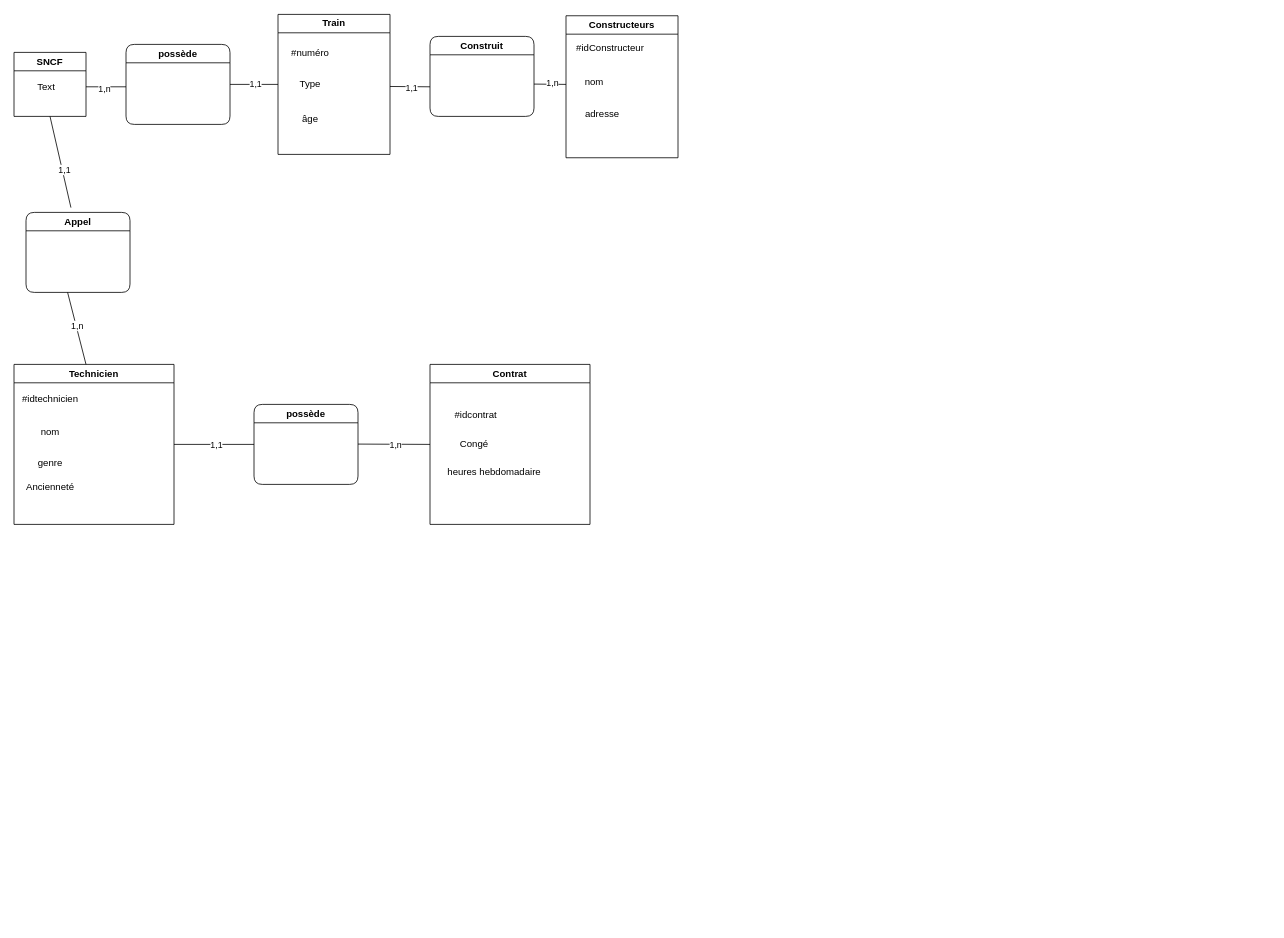
Above: Diagramme sans nom.drawio in Darkseid-maker/jassim.github.io (draw.io), before the change. Source tidied: cells renumbered, new cells numbered last; positions are measured from the earlier drawing's top-left corner, leaving out a move shared by most shapes. Both pictures are drawn from the tidied source at 80%, with x=0, y=0 at pixel (14, 14).
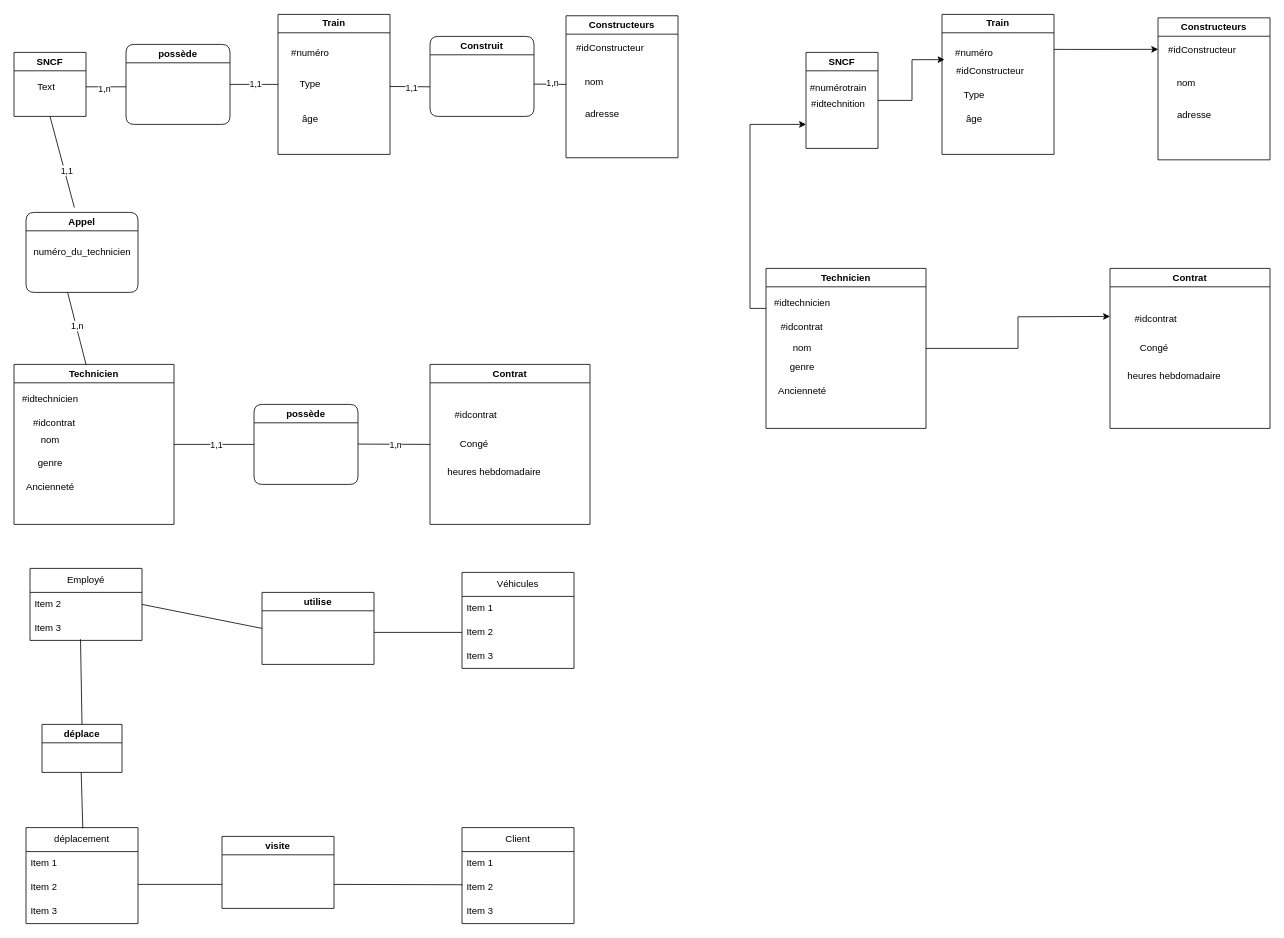
After the change.

Commit message:
Mettre à jour Diagramme sans nom.drawio

Unchanged cells that the change refers to:
```xml
<mxCell id="12" value="Technicien" style="swimlane;whiteSpace=wrap;html=1;" parent="1" vertex="1">
  <mxGeometry y="438" width="200" height="200" as="geometry" />
</mxCell>
```

What changed in the source:
```diff
@@
     <mxCell id="14" value="nom" style="text;html=1;align=center;verticalAlign=middle;strokeColor=none;fillColor=none;" parent="12" vertex="1">
-      <mxGeometry x="20" y="70" width="50" height="30" as="geometry" />
+      <mxGeometry x="20" y="80" width="50" height="30" as="geometry" />
     </mxCell>
@@
+    <mxCell id="41" value="#idcontrat" style="text;html=1;align=center;verticalAlign=middle;strokeColor=none;fillColor=none;" parent="12" vertex="1">
+      <mxGeometry x="10" y="58" width="80" height="30" as="geometry" />
+    </mxCell>
@@
     <mxCell id="23" value="Appel" style="swimlane;whiteSpace=wrap;html=1;rounded=1;" parent="1" vertex="1">
-      <mxGeometry x="15" y="248" width="130" height="100" as="geometry" />
+      <mxGeometry x="15" y="248" width="140" height="100" as="geometry" />
     </mxCell>
+    <mxCell id="42" value="numéro_du_technicien&lt;br&gt;" style="text;html=1;align=center;verticalAlign=middle;strokeColor=none;fillColor=none;" parent="23" vertex="1">
+      <mxGeometry y="35" width="140" height="30" as="geometry" />
+    </mxCell>
@@
+    <mxCell id="43" value="Train" style="swimlane;whiteSpace=wrap;html=1;" parent="1" vertex="1">
+      <mxGeometry x="1160" y="0.5" width="140" height="175" as="geometry" />
+    </mxCell>
+    <mxCell id="44" value="Type" style="text;html=1;align=center;verticalAlign=middle;strokeColor=none;fillColor=none;" parent="43" vertex="1">
+      <mxGeometry x="15" y="85" width="50" height="30" as="geometry" />
+    </mxCell>
+    <mxCell id="45" value="#numéro" style="text;html=1;align=center;verticalAlign=middle;points=[];strokeColor=none;fillColor=none;" parent="43" vertex="1">
+      <mxGeometry x="5" y="33" width="70" height="30" as="geometry" />
+    </mxCell>
+    <mxCell id="46" value="âge" style="text;html=1;align=center;verticalAlign=middle;strokeColor=none;fillColor=none;" parent="43" vertex="1">
+      <mxGeometry x="20" y="115" width="40" height="30" as="geometry" />
+    </mxCell>
+    <mxCell id="47" value="#idConstructeur" style="text;html=1;align=center;verticalAlign=middle;strokeColor=none;fillColor=none;" parent="43" vertex="1">
+      <mxGeometry x="5" y="55" width="110" height="30" as="geometry" />
+    </mxCell>
+    <mxCell id="48" value="Constructeurs" style="swimlane;whiteSpace=wrap;html=1;" parent="1" vertex="1">
+      <mxGeometry x="1430" y="4.8" width="140" height="177.5" as="geometry" />
+    </mxCell>
+    <mxCell id="49" value="#idConstructeur" style="text;html=1;align=center;verticalAlign=middle;points=[];strokeColor=none;fillColor=none;" parent="48" vertex="1">
+      <mxGeometry y="25.5" width="110" height="30" as="geometry" />
+    </mxCell>
+    <mxCell id="50" value="adresse" style="text;html=1;align=center;verticalAlign=middle;strokeColor=none;fillColor=none;" parent="48" vertex="1">
+      <mxGeometry x="10" y="107.5" width="70" height="30" as="geometry" />
+    </mxCell>
+    <mxCell id="51" value="nom" style="text;html=1;align=center;verticalAlign=middle;strokeColor=none;fillColor=none;" parent="48" vertex="1">
+      <mxGeometry x="10" y="67.5" width="50" height="30" as="geometry" />
+    </mxCell>
+    <mxCell id="52" value="Contrat" style="swimlane;whiteSpace=wrap;html=1;" parent="1" vertex="1">
+      <mxGeometry x="1370" y="318" width="200" height="200" as="geometry" />
+    </mxCell>
+    <mxCell id="53" value="#idcontrat" style="text;html=1;align=center;verticalAlign=middle;strokeColor=none;fillColor=none;" parent="52" vertex="1">
+      <mxGeometry x="17" y="48" width="80" height="30" as="geometry" />
+    </mxCell>
+    <mxCell id="54" value="Congé" style="text;html=1;align=center;verticalAlign=middle;strokeColor=none;fillColor=none;" parent="52" vertex="1">
+      <mxGeometry x="25" y="85" width="60" height="30" as="geometry" />
+    </mxCell>
+    <mxCell id="55" value="heures hebdomadaire" style="text;html=1;align=center;verticalAlign=middle;strokeColor=none;fillColor=none;" parent="52" vertex="1">
+      <mxGeometry x="10" y="120" width="140" height="30" as="geometry" />
+    </mxCell>
+    <mxCell id="56" style="edgeStyle=orthogonalEdgeStyle;rounded=0;jettySize=auto;html=1;exitX=1;exitY=0.5;exitDx=0;exitDy=0;" parent="1" edge="1" source="58">
+      <mxGeometry relative="1" as="geometry">
+        <mxPoint x="1370" y="378" as="targetPoint" />
+      </mxGeometry>
+    </mxCell>
+    <mxCell id="57" style="edgeStyle=orthogonalEdgeStyle;rounded=0;jettySize=auto;html=1;exitX=0;exitY=0.25;exitDx=0;exitDy=0;entryX=0;entryY=0.75;entryDx=0;entryDy=0;" parent="1" edge="1" source="58" target="64">
+      <mxGeometry relative="1" as="geometry" />
+    </mxCell>
+    <mxCell id="58" value="Technicien" style="swimlane;whiteSpace=wrap;html=1;" parent="1" vertex="1">
+      <mxGeometry x="940" y="318" width="200" height="200" as="geometry" />
+    </mxCell>
+    <mxCell id="59" value="#idtechnicien" style="text;html=1;align=center;verticalAlign=middle;strokeColor=none;fillColor=none;" parent="58" vertex="1">
+      <mxGeometry y="28" width="90" height="30" as="geometry" />
+    </mxCell>
+    <mxCell id="60" value="nom" style="text;html=1;align=center;verticalAlign=middle;strokeColor=none;fillColor=none;" parent="58" vertex="1">
+      <mxGeometry x="20" y="85" width="50" height="30" as="geometry" />
+    </mxCell>
+    <mxCell id="61" value="Ancienneté" style="text;html=1;align=center;verticalAlign=middle;strokeColor=none;fillColor=none;" parent="58" vertex="1">
+      <mxGeometry x="5" y="138" width="80" height="30" as="geometry" />
+    </mxCell>
+    <mxCell id="62" value="genre" style="text;html=1;align=center;verticalAlign=middle;strokeColor=none;fillColor=none;" parent="58" vertex="1">
+      <mxGeometry x="20" y="108" width="50" height="30" as="geometry" />
+    </mxCell>
+    <mxCell id="63" value="#idcontrat" style="text;html=1;strokeColor=none;fillColor=none;align=center;verticalAlign=middle;whiteSpace=wrap;rounded=0;" parent="58" vertex="1">
+      <mxGeometry x="15" y="58" width="60" height="30" as="geometry" />
+    </mxCell>
+    <mxCell id="64" value="SNCF" style="swimlane;whiteSpace=wrap;html=1;" parent="1" vertex="1">
+      <mxGeometry x="990" y="48" width="90" height="120" as="geometry" />
+    </mxCell>
+    <mxCell id="65" value="#numérotrain" style="text;html=1;align=center;verticalAlign=middle;strokeColor=none;fillColor=none;" parent="64" vertex="1">
+      <mxGeometry x="-5" y="30" width="90" height="30" as="geometry" />
+    </mxCell>
+    <mxCell id="66" value="#idtechnition" style="text;html=1;align=center;verticalAlign=middle;strokeColor=none;fillColor=none;" parent="64" vertex="1">
+      <mxGeometry x="-5" y="50" width="90" height="30" as="geometry" />
+    </mxCell>
+    <mxCell id="67" style="edgeStyle=orthogonalEdgeStyle;rounded=0;jettySize=auto;html=1;entryX=-0.027;entryY=0.785;entryDx=0;entryDy=0;entryPerimeter=0;" parent="1" edge="1" source="64" target="45">
+      <mxGeometry relative="1" as="geometry" />
+    </mxCell>
+    <mxCell id="68" style="edgeStyle=orthogonalEdgeStyle;rounded=0;jettySize=auto;html=1;exitX=1;exitY=0.25;exitDx=0;exitDy=0;entryX=0.002;entryY=0.462;entryDx=0;entryDy=0;entryPerimeter=0;" parent="1" edge="1" source="43" target="49">
+      <mxGeometry relative="1" as="geometry" />
+    </mxCell>
+    <mxCell id="69" value="Employé" style="swimlane;fontStyle=0;horizontal=1;startSize=30;whiteSpace=wrap;html=1;" parent="1" vertex="1">
+      <mxGeometry x="20" y="693" width="140" height="90" as="geometry" />
+    </mxCell>
+    <mxCell id="70" value="Item 2" style="text;strokeColor=none;fillColor=none;align=left;verticalAlign=middle;spacingLeft=4;spacingRight=4;overflow=hidden;points=[[0,0.5],[1,0.5]];portConstraint=eastwest;whiteSpace=wrap;html=1;" parent="69" vertex="1">
+      <mxGeometry y="30" width="140" height="30" as="geometry" />
+    </mxCell>
+    <mxCell id="71" value="Item 3" style="text;strokeColor=none;fillColor=none;align=left;verticalAlign=middle;spacingLeft=4;spacingRight=4;overflow=hidden;points=[[0,0.5],[1,0.5]];portConstraint=eastwest;whiteSpace=wrap;html=1;" parent="69" vertex="1">
+      <mxGeometry y="60" width="140" height="30" as="geometry" />
+    </mxCell>
+    <mxCell id="72" value="Véhicules" style="swimlane;fontStyle=0;horizontal=1;startSize=30;whiteSpace=wrap;html=1;" parent="1" vertex="1">
+      <mxGeometry x="560" y="698" width="140" height="120" as="geometry" />
+    </mxCell>
+    <mxCell id="73" value="Item 1" style="text;strokeColor=none;fillColor=none;align=left;verticalAlign=middle;spacingLeft=4;spacingRight=4;overflow=hidden;whiteSpace=wrap;html=1;" parent="72" vertex="1">
+      <mxGeometry y="30" width="140" height="30" as="geometry" />
+    </mxCell>
+    <mxCell id="74" value="Item 2" style="text;strokeColor=none;fillColor=none;align=left;verticalAlign=middle;spacingLeft=4;spacingRight=4;overflow=hidden;points=[[0,0.5],[1,0.5]];portConstraint=eastwest;whiteSpace=wrap;html=1;" parent="72" vertex="1">
+      <mxGeometry y="60" width="140" height="30" as="geometry" />
+    </mxCell>
+    <mxCell id="75" value="Item 3" style="text;strokeColor=none;fillColor=none;align=left;verticalAlign=middle;spacingLeft=4;spacingRight=4;overflow=hidden;whiteSpace=wrap;html=1;" parent="72" vertex="1">
+      <mxGeometry y="90" width="140" height="30" as="geometry" />
+    </mxCell>
+    <mxCell id="76" value="déplacement" style="swimlane;fontStyle=0;horizontal=1;startSize=30;whiteSpace=wrap;html=1;" parent="1" vertex="1">
+      <mxGeometry x="15" y="1017" width="140" height="120" as="geometry" />
+    </mxCell>
+    <mxCell id="77" value="Item 1" style="text;strokeColor=none;fillColor=none;align=left;verticalAlign=middle;spacingLeft=4;spacingRight=4;overflow=hidden;whiteSpace=wrap;html=1;" parent="76" vertex="1">
+      <mxGeometry y="30" width="140" height="30" as="geometry" />
+    </mxCell>
+    <mxCell id="78" value="Item 2" style="text;strokeColor=none;fillColor=none;align=left;verticalAlign=middle;spacingLeft=4;spacingRight=4;overflow=hidden;whiteSpace=wrap;html=1;" parent="76" vertex="1">
+      <mxGeometry y="60" width="140" height="30" as="geometry" />
+    </mxCell>
+    <mxCell id="79" value="Item 3" style="text;strokeColor=none;fillColor=none;align=left;verticalAlign=middle;spacingLeft=4;spacingRight=4;overflow=hidden;whiteSpace=wrap;html=1;" parent="76" vertex="1">
+      <mxGeometry y="90" width="140" height="30" as="geometry" />
+    </mxCell>
+    <mxCell id="80" value="Client" style="swimlane;fontStyle=0;horizontal=1;startSize=30;whiteSpace=wrap;html=1;" parent="1" vertex="1">
+      <mxGeometry x="560" y="1017" width="140" height="120" as="geometry" />
+    </mxCell>
+    <mxCell id="81" value="Item 1" style="text;strokeColor=none;fillColor=none;align=left;verticalAlign=middle;spacingLeft=4;spacingRight=4;overflow=hidden;whiteSpace=wrap;html=1;" parent="80" vertex="1">
+      <mxGeometry y="30" width="140" height="30" as="geometry" />
+    </mxCell>
+    <mxCell id="82" value="Item 2" style="text;strokeColor=none;fillColor=none;align=left;verticalAlign=middle;spacingLeft=4;spacingRight=4;overflow=hidden;points=[[0,0.5],[1,0.5]];portConstraint=eastwest;whiteSpace=wrap;html=1;" parent="80" vertex="1">
+      <mxGeometry y="60" width="140" height="30" as="geometry" />
+    </mxCell>
+    <mxCell id="83" value="Item 3" style="text;strokeColor=none;fillColor=none;align=left;verticalAlign=middle;spacingLeft=4;spacingRight=4;overflow=hidden;whiteSpace=wrap;html=1;" parent="80" vertex="1">
+      <mxGeometry y="90" width="140" height="30" as="geometry" />
+    </mxCell>
+    <mxCell id="84" value="utilise" style="swimlane;whiteSpace=wrap;html=1;" parent="1" vertex="1">
+      <mxGeometry x="310" y="723" width="140" height="90" as="geometry" />
+    </mxCell>
+    <mxCell id="85" value="déplace" style="swimlane;whiteSpace=wrap;html=1;" parent="1" vertex="1">
+      <mxGeometry x="35" y="888" width="100" height="60" as="geometry" />
+    </mxCell>
+    <mxCell id="86" value="visite" style="swimlane;whiteSpace=wrap;html=1;" parent="1" vertex="1">
+      <mxGeometry x="260" y="1028" width="140" height="90" as="geometry" />
+    </mxCell>
+    <mxCell id="87" style="endArrow=none;html=1;rounded=0;entryX=1;entryY=0.5;entryDx=0;entryDy=0;exitX=0;exitY=0.5;exitDx=0;exitDy=0;" parent="1" edge="1" source="84" target="70">
+      <mxGeometry relative="1" as="geometry" />
+    </mxCell>
+    <mxCell id="88" style="endArrow=none;html=1;rounded=0;entryX=1;entryY=0.5;entryDx=0;entryDy=0;exitX=0;exitY=0.5;exitDx=0;exitDy=0;" parent="1" edge="1" source="74">
+      <mxGeometry relative="1" as="geometry">
+        <mxPoint x="450" y="773" as="targetPoint" />
+      </mxGeometry>
+    </mxCell>
+    <mxCell id="89" style="endArrow=none;html=1;rounded=0;entryX=0.451;entryY=0.953;entryDx=0;entryDy=0;entryPerimeter=0;exitX=0.5;exitY=0;exitDx=0;exitDy=0;" parent="1" edge="1" source="85" target="71">
+      <mxGeometry relative="1" as="geometry" />
+    </mxCell>
+    <mxCell id="90" style="endArrow=none;html=1;rounded=0;entryX=0.451;entryY=0.953;entryDx=0;entryDy=0;entryPerimeter=0;" parent="1" edge="1">
+      <mxGeometry relative="1" as="geometry">
+        <mxPoint x="86" y="1018" as="sourcePoint" />
+        <mxPoint x="84" y="948" as="targetPoint" />
+      </mxGeometry>
+    </mxCell>
+    <mxCell id="91" style="endArrow=none;html=1;rounded=0;entryX=1;entryY=0.5;entryDx=0;entryDy=0;" parent="1" edge="1">
+      <mxGeometry relative="1" as="geometry">
+        <mxPoint x="260" y="1088" as="sourcePoint" />
+        <mxPoint x="155" y="1088" as="targetPoint" />
+      </mxGeometry>
+    </mxCell>
+    <mxCell id="92" style="endArrow=none;html=1;rounded=0;entryX=1;entryY=0.5;entryDx=0;entryDy=0;exitX=0.003;exitY=0.38;exitDx=0;exitDy=0;exitPerimeter=0;" parent="1" edge="1" source="82">
+      <mxGeometry relative="1" as="geometry">
+        <mxPoint x="400" y="1088" as="targetPoint" />
+      </mxGeometry>
+    </mxCell>
```
